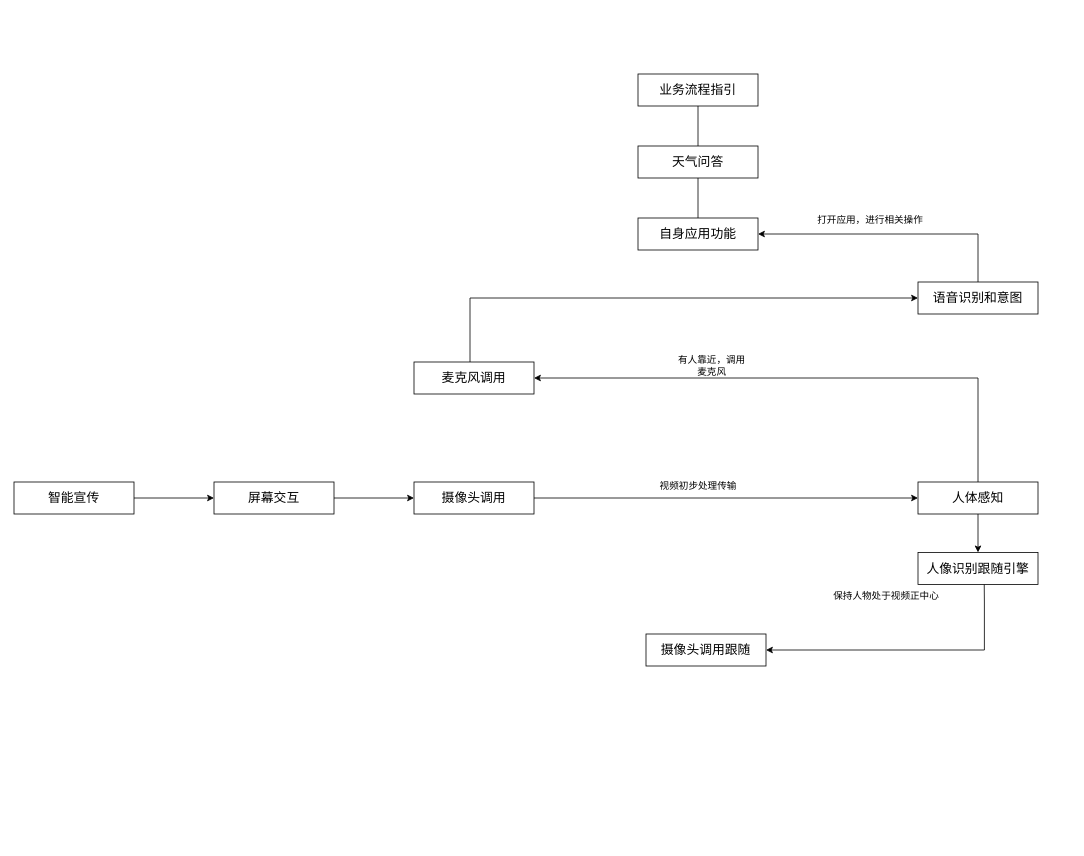
The draw.io diagram 关联性连接.drawio in robertshuai/draw.io, before the edit. Source tidied: cells renumbered, new cells numbered last; positions are measured from the earlier drawing's top-left corner, leaving out a move shared by most shapes. Both pictures are drawn from the tidied source at 80%, with x=0, y=0 at pixel (14, 74).
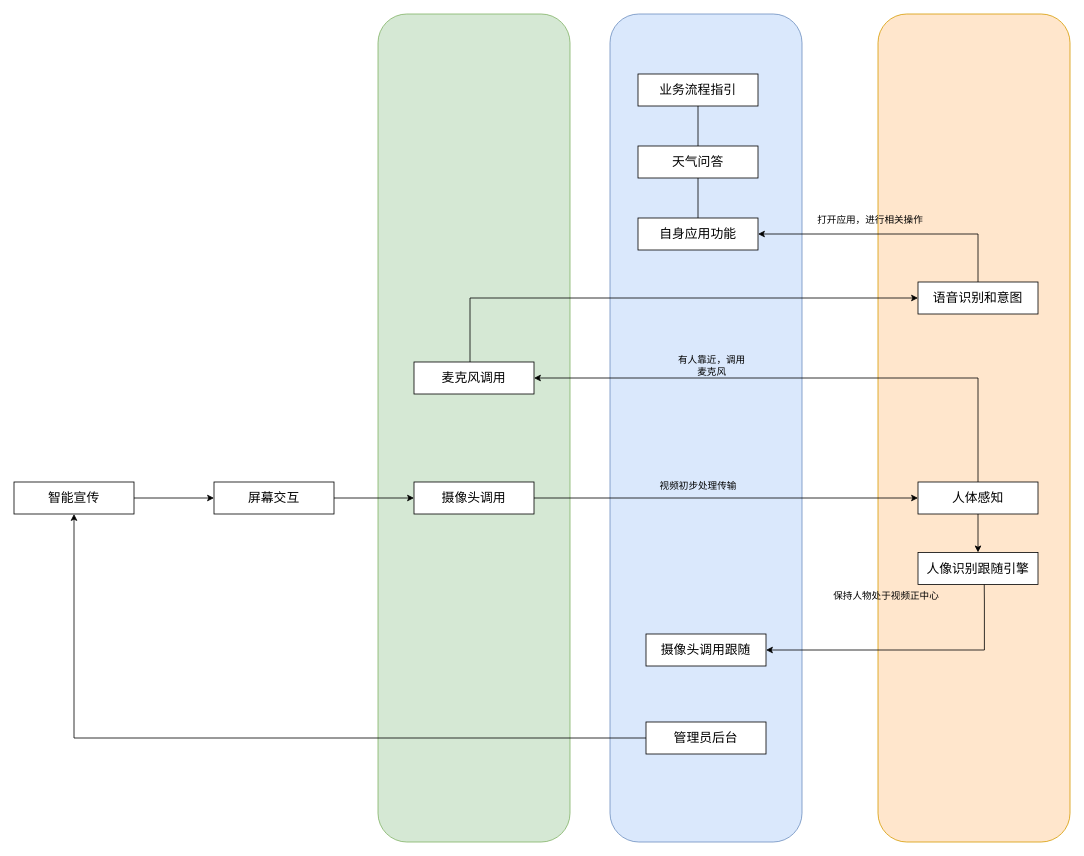
The same diagram, later.

Commit message (it also covers changes not shown here):
更新关联性连接.drawio

The change refers to these unchanged cells:
```xml
<mxCell id="16" value="&lt;font style=&quot;font-size: 16px;&quot;&gt;智能宣传&lt;/font&gt;" style="rounded=0;whiteSpace=wrap;html=1;" parent="1" vertex="1">
  <mxGeometry y="510" width="150" height="40" as="geometry" />
</mxCell>
```

Diff of the diagram source:
```diff
@@
+    <mxCell id="28" style="rounded=1;whiteSpace=wrap;html=1;fillColor=#ffe6cc;strokeColor=#d79b00;" parent="1" vertex="1">
+      <mxGeometry x="1080" y="-75" width="240" height="1035" as="geometry" />
+    </mxCell>
+    <mxCell id="29" style="rounded=1;whiteSpace=wrap;html=1;fillColor=#dae8fc;strokeColor=#6c8ebf;" parent="1" vertex="1">
+      <mxGeometry x="745" y="-75" width="240" height="1035" as="geometry" />
+    </mxCell>
+    <mxCell id="30" style="rounded=1;whiteSpace=wrap;html=1;fillColor=#d5e8d4;strokeColor=#82b366;" parent="1" vertex="1">
+      <mxGeometry x="455" y="-75" width="240" height="1035" as="geometry" />
+    </mxCell>
@@
+    <mxCell id="31" value="&lt;span style=&quot;font-size: 16px;&quot;&gt;管理员后台&lt;/span&gt;" style="rounded=0;whiteSpace=wrap;html=1;" parent="1" vertex="1">
+      <mxGeometry x="790" y="810" width="150" height="40" as="geometry" />
+    </mxCell>
+    <mxCell id="32" style="endArrow=classic;html=1;rounded=0;entryX=0.5;entryY=1;entryDx=0;entryDy=0;exitX=0;exitY=0.5;exitDx=0;exitDy=0;" parent="1" edge="1" source="31" target="16">
+      <mxGeometry relative="1" as="geometry">
+        <Array as="points">
+          <mxPoint x="75" y="830" />
+        </Array>
+      </mxGeometry>
+    </mxCell>
```
